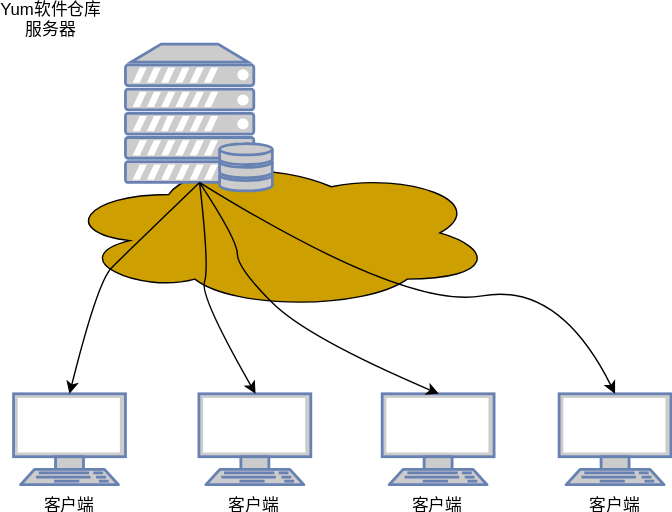
The draw.io diagram Yum软件仓库技术拓扑图.svg in Galahad-moye/diagrams, before a commit. Source tidied: cells renumbered, new cells last; positions are measured from the earlier drawing's top-left corner, leaving out a move shared by most shapes. The source it was exported from:
```xml
<mxGraphModel background="#ffffff">
  <root>
    <mxCell id="0" />
    <mxCell id="1" parent="0" />
    <mxCell id="2" style="ellipse;shape=cloud;whiteSpace=wrap;html=1;fillColor=#CD9f00;align=center;" parent="1" vertex="1">
      <mxGeometry x="33.5" y="80" width="310" height="110" as="geometry" />
    </mxCell>
    <mxCell id="3" value="&lt;font color=&quot;#000000&quot;&gt;Yum软件仓库&lt;br&gt;服务器&lt;/font&gt;" style="fontColor=#0066CC;verticalAlign=bottom;verticalLabelPosition=top;labelPosition=left;align=center;html=1;outlineConnect=0;fillColor=#CCCCCC;strokeColor=#6881B3;gradientColor=none;gradientDirection=north;strokeWidth=2;shape=mxgraph.networks.server_storage;" parent="1" vertex="1">
      <mxGeometry x="80" width="105" height="105" as="geometry" />
    </mxCell>
    <mxCell id="4" value="&lt;font color=&quot;#000000&quot;&gt;客户端&lt;/font&gt;" style="fontColor=#0066CC;verticalAlign=top;verticalLabelPosition=bottom;labelPosition=center;align=center;html=1;outlineConnect=0;fillColor=#CCCCCC;strokeColor=#6881B3;gradientColor=none;gradientDirection=north;strokeWidth=2;shape=mxgraph.networks.terminal;" parent="1" vertex="1">
      <mxGeometry y="250" width="80" height="65" as="geometry" />
    </mxCell>
    <mxCell id="5" style="curved=1;endArrow=classic;html=1;entryX=0.5;entryY=0;entryPerimeter=0;exitX=0.5;exitY=0.94;exitPerimeter=0;" parent="1" edge="1" source="3" target="4">
      <mxGeometry relative="1" as="geometry">
        <Array as="points">
          <mxPoint x="80" y="150" />
          <mxPoint x="60" y="170" />
        </Array>
      </mxGeometry>
    </mxCell>
    <mxCell id="6" value="&lt;font color=&quot;#000000&quot;&gt;客户端&lt;/font&gt;" style="fontColor=#0066CC;verticalAlign=top;verticalLabelPosition=bottom;labelPosition=center;align=center;html=1;outlineConnect=0;fillColor=#CCCCCC;strokeColor=#6881B3;gradientColor=none;gradientDirection=north;strokeWidth=2;shape=mxgraph.networks.terminal;" parent="1" vertex="1">
      <mxGeometry x="132.5" y="250" width="80" height="65" as="geometry" />
    </mxCell>
    <mxCell id="7" style="curved=1;endArrow=classic;html=1;entryX=0.5;entryY=0;entryPerimeter=0;exitX=0.5;exitY=0.94;exitPerimeter=0;" parent="1" edge="1" source="3" target="6">
      <mxGeometry relative="1" as="geometry">
        <Array as="points">
          <mxPoint x="140" y="160" />
          <mxPoint x="133" y="180" />
        </Array>
      </mxGeometry>
    </mxCell>
    <mxCell id="8" value="&lt;font color=&quot;#000000&quot;&gt;客户端&lt;/font&gt;" style="fontColor=#0066CC;verticalAlign=top;verticalLabelPosition=bottom;labelPosition=center;align=center;html=1;outlineConnect=0;fillColor=#CCCCCC;strokeColor=#6881B3;gradientColor=none;gradientDirection=north;strokeWidth=2;shape=mxgraph.networks.terminal;" parent="1" vertex="1">
      <mxGeometry x="263.5" y="250" width="80" height="65" as="geometry" />
    </mxCell>
    <mxCell id="9" value="&lt;font color=&quot;#000000&quot;&gt;客户端&lt;/font&gt;" style="fontColor=#0066CC;verticalAlign=top;verticalLabelPosition=bottom;labelPosition=center;align=center;html=1;outlineConnect=0;fillColor=#CCCCCC;strokeColor=#6881B3;gradientColor=none;gradientDirection=north;strokeWidth=2;shape=mxgraph.networks.terminal;" parent="1" vertex="1">
      <mxGeometry x="390" y="250" width="80" height="65" as="geometry" />
    </mxCell>
    <mxCell id="10" style="curved=1;endArrow=classic;html=1;exitX=0.5;exitY=0.94;exitPerimeter=0;entryX=0.5;entryY=0;entryPerimeter=0;" parent="1" edge="1" source="3" target="8">
      <mxGeometry relative="1" as="geometry">
        <Array as="points">
          <mxPoint x="160" y="140" />
          <mxPoint x="160" y="160" />
          <mxPoint x="210" y="210" />
        </Array>
      </mxGeometry>
    </mxCell>
    <mxCell id="11" style="curved=1;endArrow=classic;html=1;exitX=0.5;exitY=0.94;exitPerimeter=0;entryX=0.5;entryY=0;entryPerimeter=0;" parent="1" edge="1" source="3" target="9">
      <mxGeometry relative="1" as="geometry">
        <Array as="points">
          <mxPoint x="280" y="190" />
          <mxPoint x="390" y="170" />
        </Array>
      </mxGeometry>
    </mxCell>
  </root>
</mxGraphModel>
```
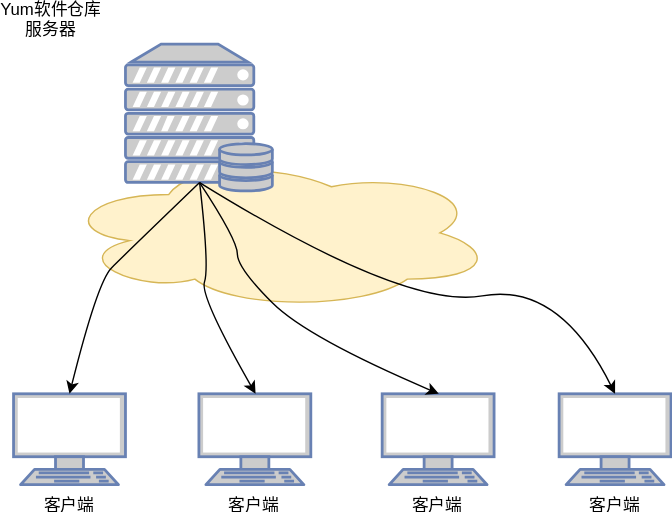
The same diagram one commit later.

Commit message:
Added Yum软件仓库技术拓扑图.svg

What changed in the source:
```diff
@@ -2,7 +2,7 @@
   <root>
     <mxCell id="0" />
     <mxCell id="1" parent="0" />
-    <mxCell id="2" style="ellipse;shape=cloud;whiteSpace=wrap;html=1;fillColor=#CD9f00;align=center;" parent="1" vertex="1">
+    <mxCell id="2" style="ellipse;shape=cloud;whiteSpace=wrap;html=1;fillColor=#fff2cc;align=center;strokeColor=#d6b656;" parent="1" vertex="1">
       <mxGeometry x="33.5" y="80" width="310" height="110" as="geometry" />
     </mxCell>
     <mxCell id="3" value="&lt;font color=&quot;#000000&quot;&gt;Yum软件仓库&lt;br&gt;服务器&lt;/font&gt;" style="fontColor=#0066CC;verticalAlign=bottom;verticalLabelPosition=top;labelPosition=left;align=center;html=1;outlineConnect=0;fillColor=#CCCCCC;strokeColor=#6881B3;gradientColor=none;gradientDirection=north;strokeWidth=2;shape=mxgraph.networks.server_storage;" parent="1" vertex="1">
```
